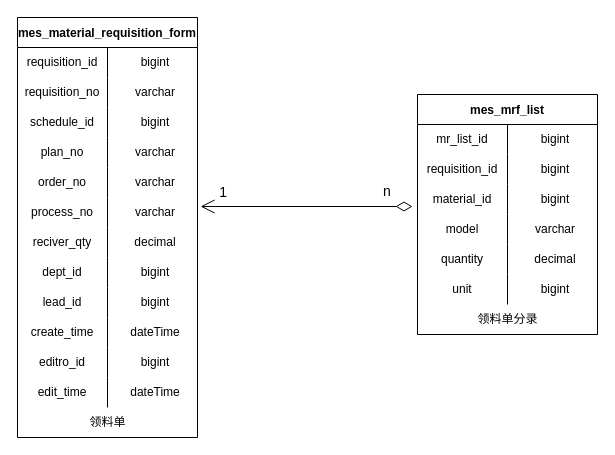
The draw.io diagram page "领料单管理" (3 of 5) of 数据表.drawio in KNAI-I/test, before the edit. Source tidied: cells renumbered, new cells numbered last; positions are measured from the earlier drawing's top-left corner, leaving out a move shared by most shapes. Both pictures are drawn from the tidied source at 100%, with x=0, y=0 at pixel (17, 17).
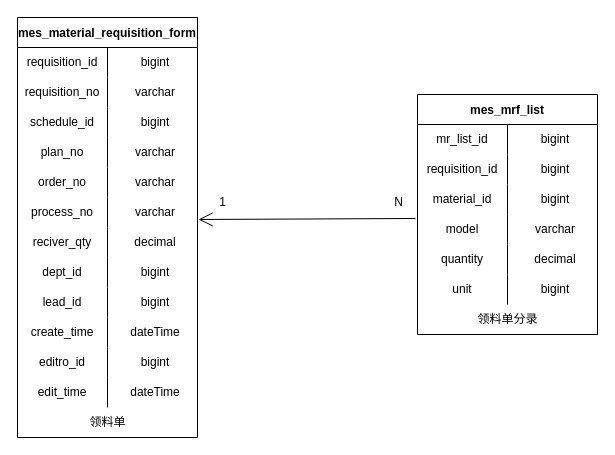
The same diagram, later.

The change refers to these unchanged cells:
```xml
<mxCell id="18" style="shape=tableRow;horizontal=0;startSize=0;swimlaneHead=0;swimlaneBody=0;top=0;left=0;bottom=0;right=0;fillColor=none;points=[[0,0.5],[1,0.5]];portConstraint=eastwest;" parent="2" vertex="1">
  <mxGeometry y="180" width="180" height="30" as="geometry" />
</mxCell>
<mxCell id="47" style="shape=tableRow;horizontal=0;startSize=0;swimlaneHead=0;swimlaneBody=0;top=0;left=0;bottom=0;right=0;fillColor=none;points=[[0,0.5],[1,0.5]];portConstraint=eastwest;" parent="40" vertex="1">
  <mxGeometry y="90" width="180" height="30" as="geometry" />
</mxCell>
<mxCell id="50" style="shape=tableRow;horizontal=0;startSize=0;swimlaneHead=0;swimlaneBody=0;top=0;left=0;bottom=0;right=0;fillColor=none;points=[[0,0.5],[1,0.5]];portConstraint=eastwest;" parent="40" vertex="1">
  <mxGeometry y="120" width="180" height="30" as="geometry" />
</mxCell>
```

The edit, as a diff of the source:
```diff
@@
-    <mxCell id="60" style="endArrow=open;html=1;endSize=12;startArrow=diamondThin;startSize=14;startFill=0;edgeStyle=orthogonalEdgeStyle;rounded=0;fontSize=14;entryX=1.017;entryY=0.3;entryDx=0;entryDy=0;entryPerimeter=0;exitX=-0.028;exitY=0.733;exitDx=0;exitDy=0;exitPerimeter=0;" parent="1" edge="1" source="47" target="18">
-      <mxGeometry relative="1" as="geometry" />
-    </mxCell>
-    <mxCell id="61" value="n" style="edgeLabel;html=1;align=left;verticalAlign=top;fontSize=14;" parent="60" vertex="1">
-      <mxGeometry x="-1" relative="1" as="geometry">
-        <mxPoint x="-31" y="-30" as="offset" />
-      </mxGeometry>
-    </mxCell>
+    <mxCell id="63" style="endArrow=open;endFill=1;endSize=12;html=1;rounded=0;exitX=-0.011;exitY=0.133;exitDx=0;exitDy=0;exitPerimeter=0;entryX=1.006;entryY=0.733;entryDx=0;entryDy=0;entryPerimeter=0;" parent="1" edge="1" source="50" target="18">
+      <mxGeometry relative="1" as="geometry" />
+    </mxCell>
-    <mxCell id="62" value="1" style="edgeLabel;html=1;align=right;verticalAlign=top;fontSize=14;" parent="60" vertex="1">
-      <mxGeometry x="1" relative="1" as="geometry">
-        <mxPoint x="27" y="-29" as="offset" />
-      </mxGeometry>
+    <mxCell id="62" value="1" style="text;html=1;align=center;verticalAlign=middle;strokeColor=none;fillColor=none;" parent="1" vertex="1">
+      <mxGeometry x="190" y="170" width="30" height="30" as="geometry" />
     </mxCell>
+    <mxCell id="64" value="N" style="text;html=1;align=center;verticalAlign=middle;strokeColor=none;fillColor=none;" parent="1" vertex="1">
+      <mxGeometry x="366" y="170" width="30" height="30" as="geometry" />
+    </mxCell>
```
